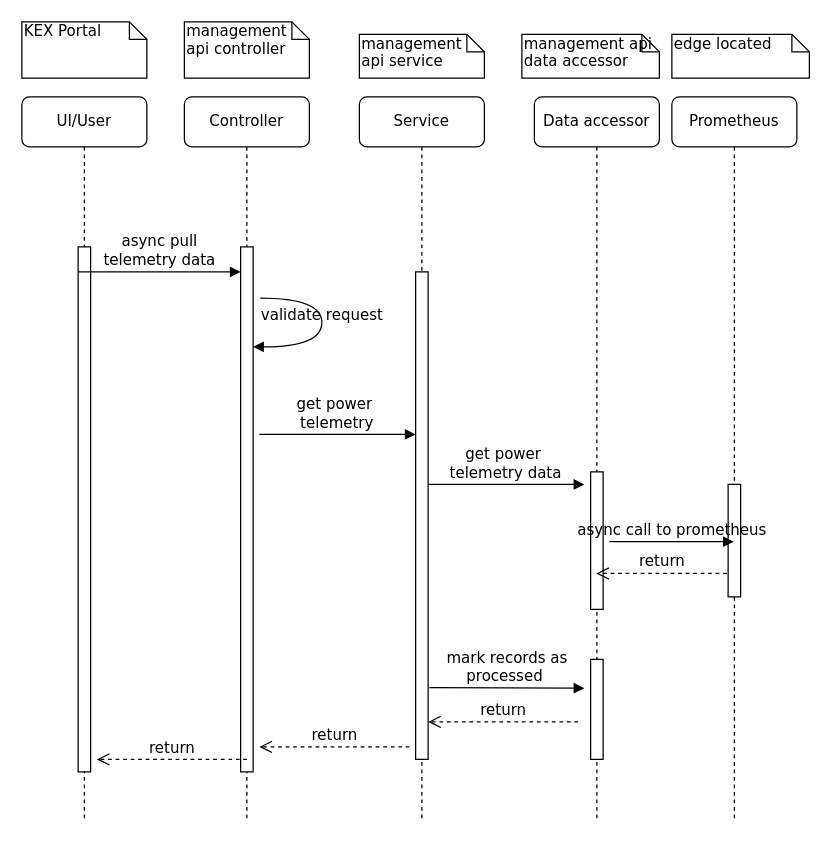
Earlier version of the draw.io diagram page "Page-2" (2 of 3) of power-rep.drawio (dsm100/test). Source tidied: cells renumbered, new cells numbered last; positions are measured from the earlier drawing's top-left corner, leaving out a move shared by most shapes. Both pictures are drawn from the tidied source at 125%, with x=0, y=0 at pixel (21, 21).
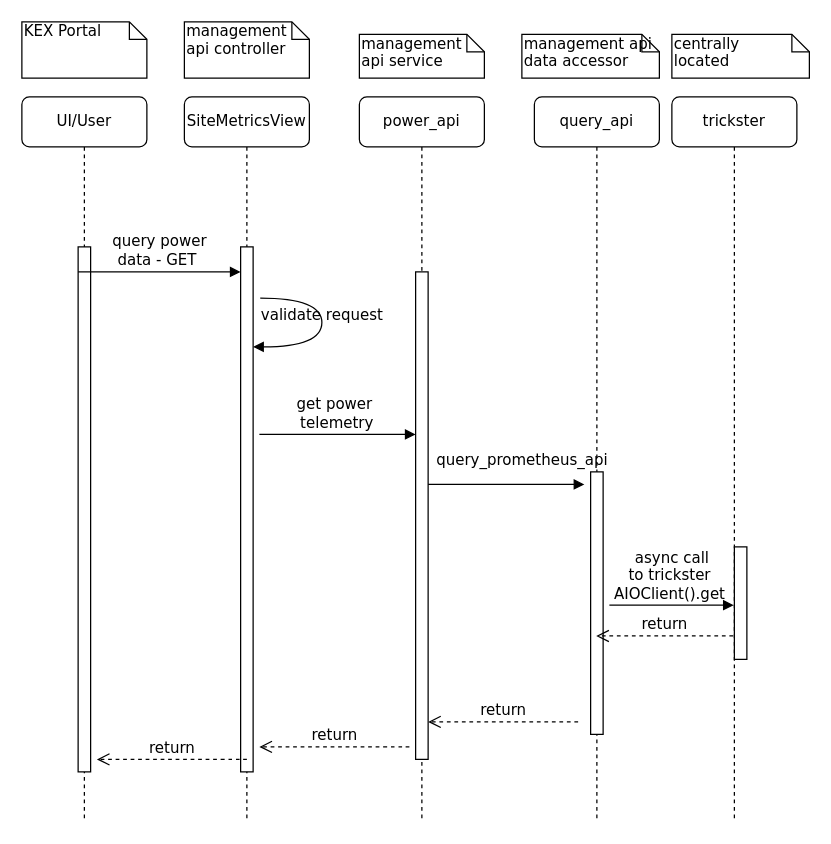
Above is the later version.

The change refers to these unchanged cells:
```xml
<mxCell id="12" style="html=1;points=[];perimeter=orthogonalPerimeter;rounded=0;shadow=0;comic=0;labelBackgroundColor=none;strokeWidth=1;fontFamily=Verdana;fontSize=12;align=center;" parent="1" vertex="1">
  <mxGeometry x="315" y="200" width="10" height="390" as="geometry" />
</mxCell>
<mxCell id="20" value="UI/User" style="shape=umlLifeline;perimeter=lifelinePerimeter;whiteSpace=wrap;html=1;rounded=1;shadow=0;comic=0;labelBackgroundColor=none;strokeWidth=1;fontFamily=Verdana;fontSize=12;align=center;" parent="1" vertex="1">
  <mxGeometry y="60" width="100" height="580" as="geometry" />
</mxCell>
```

Diff of the diagram source:
```diff
@@
-    <mxCell id="2" value="Controller" style="shape=umlLifeline;perimeter=lifelinePerimeter;whiteSpace=wrap;html=1;rounded=1;shadow=0;comic=0;labelBackgroundColor=none;strokeWidth=1;fontFamily=Verdana;fontSize=12;align=center;" parent="1" vertex="1">
+    <mxCell id="2" value="SiteMetricsView" style="shape=umlLifeline;perimeter=lifelinePerimeter;whiteSpace=wrap;html=1;rounded=1;shadow=0;comic=0;labelBackgroundColor=none;strokeWidth=1;fontFamily=Verdana;fontSize=12;align=center;" parent="1" vertex="1">
       <mxGeometry x="130" y="60" width="100" height="580" as="geometry" />
     </mxCell>
@@
-    <mxCell id="5" value="Service" style="shape=umlLifeline;perimeter=lifelinePerimeter;whiteSpace=wrap;html=1;rounded=1;shadow=0;comic=0;labelBackgroundColor=none;strokeWidth=1;fontFamily=Verdana;fontSize=12;align=center;" parent="1" vertex="1">
+    <mxCell id="5" value="power_api" style="shape=umlLifeline;perimeter=lifelinePerimeter;whiteSpace=wrap;html=1;rounded=1;shadow=0;comic=0;labelBackgroundColor=none;strokeWidth=1;fontFamily=Verdana;fontSize=12;align=center;" parent="1" vertex="1">
       <mxGeometry x="270" y="60" width="100" height="580" as="geometry" />
     </mxCell>
@@
-    <mxCell id="7" value="Prometheus" style="shape=umlLifeline;perimeter=lifelinePerimeter;whiteSpace=wrap;html=1;outlineConnect=0;rounded=1;shadow=0;comic=0;labelBackgroundColor=none;strokeWidth=1;fontFamily=Verdana;fontSize=12;align=center;" parent="1" vertex="1">
+    <mxCell id="7" value="trickster" style="shape=umlLifeline;perimeter=lifelinePerimeter;whiteSpace=wrap;html=1;outlineConnect=0;rounded=1;shadow=0;comic=0;labelBackgroundColor=none;strokeWidth=1;fontFamily=Verdana;fontSize=12;align=center;" parent="1" vertex="1">
       <mxGeometry x="520" y="60" width="100" height="580" as="geometry" />
     </mxCell>
     <mxCell id="8" style="html=1;points=[];perimeter=orthogonalPerimeter;rounded=0;shadow=0;comic=0;labelBackgroundColor=none;strokeWidth=1;fontFamily=Verdana;fontSize=12;align=center;" parent="7" vertex="1">
-      <mxGeometry x="45" y="310" width="10" height="90" as="geometry" />
+      <mxGeometry x="50" y="360" width="10" height="90" as="geometry" />
     </mxCell>
-    <mxCell id="9" value="Data accessor" style="shape=umlLifeline;perimeter=lifelinePerimeter;whiteSpace=wrap;html=1;outlineConnect=0;rounded=1;shadow=0;comic=0;labelBackgroundColor=none;strokeWidth=1;fontFamily=Verdana;fontSize=12;align=center;" parent="1" vertex="1">
+    <mxCell id="9" value="query_api" style="shape=umlLifeline;perimeter=lifelinePerimeter;whiteSpace=wrap;html=1;outlineConnect=0;rounded=1;shadow=0;comic=0;labelBackgroundColor=none;strokeWidth=1;fontFamily=Verdana;fontSize=12;align=center;" parent="1" vertex="1">
       <mxGeometry x="410" y="60" width="100" height="580" as="geometry" />
     </mxCell>
     <mxCell id="10" style="html=1;points=[];perimeter=orthogonalPerimeter;rounded=0;shadow=0;comic=0;labelBackgroundColor=none;strokeWidth=1;fontFamily=Verdana;fontSize=12;align=center;" parent="9" vertex="1">
-      <mxGeometry x="45" y="300" width="10" height="110" as="geometry" />
+      <mxGeometry x="45" y="300" width="10" height="210" as="geometry" />
     </mxCell>
-    <mxCell id="11" style="html=1;perimeter=orthogonalPerimeter;rounded=0;shadow=0;comic=0;labelBackgroundColor=none;strokeWidth=1;fontFamily=Verdana;fontSize=12;align=center;" parent="9" vertex="1">
-      <mxGeometry x="45" y="450" width="10" height="80" as="geometry" />
-    </mxCell>
@@
-    <mxCell id="13" value="mark records as &lt;br&gt;processed&amp;nbsp;" style="html=1;verticalAlign=bottom;endArrow=block;labelBackgroundColor=none;fontFamily=Verdana;fontSize=12;exitX=1.1;exitY=0.853;exitDx=0;exitDy=0;exitPerimeter=0;" parent="1" edge="1" source="12">
-      <mxGeometry relative="1" as="geometry">
-        <mxPoint x="450" y="533" as="targetPoint" />
-      </mxGeometry>
-    </mxCell>
@@
-    <mxCell id="17" value="edge located" style="shape=note;whiteSpace=wrap;html=1;size=14;verticalAlign=top;align=left;spacingTop=-6;rounded=0;shadow=0;comic=0;labelBackgroundColor=none;strokeWidth=1;fontFamily=Verdana;fontSize=12;" parent="1" vertex="1">
+    <mxCell id="17" value="centrally &lt;br&gt;located" style="shape=note;whiteSpace=wrap;html=1;size=14;verticalAlign=top;align=left;spacingTop=-6;rounded=0;shadow=0;comic=0;labelBackgroundColor=none;strokeWidth=1;fontFamily=Verdana;fontSize=12;" parent="1" vertex="1">
       <mxGeometry x="520" y="10" width="110" height="35" as="geometry" />
     </mxCell>
@@
-    <mxCell id="22" value="async pull &lt;br&gt;telemetry data" style="html=1;verticalAlign=bottom;endArrow=block;labelBackgroundColor=none;fontFamily=Verdana;fontSize=12;edgeStyle=elbowEdgeStyle;elbow=vertical;" parent="20" edge="1">
+    <mxCell id="22" value="query power &lt;br&gt;data - GET&amp;nbsp;" style="html=1;verticalAlign=bottom;endArrow=block;labelBackgroundColor=none;fontFamily=Verdana;fontSize=12;edgeStyle=elbowEdgeStyle;elbow=vertical;" parent="20" edge="1">
       <mxGeometry relative="1" as="geometry">
         <mxPoint x="45" y="140" as="sourcePoint" />
         <mxPoint x="175" y="140" as="targetPoint" />
         <Array as="points">
           <mxPoint x="50" y="140" />
         </Array>
       </mxGeometry>
     </mxCell>
@@
-    <mxCell id="25" value="get power&lt;br&gt;&amp;nbsp;telemetry data" style="html=1;verticalAlign=bottom;endArrow=block;labelBackgroundColor=none;fontFamily=Verdana;fontSize=12;" parent="1" edge="1">
-      <mxGeometry x="-0.04" relative="1" as="geometry">
+    <mxCell id="25" value="query_prometheus_api" style="html=1;verticalAlign=bottom;endArrow=block;labelBackgroundColor=none;fontFamily=Verdana;fontSize=12;" parent="1" edge="1">
+      <mxGeometry x="0.2" y="10" relative="1" as="geometry">
         <mxPoint x="325" y="370" as="sourcePoint" />
         <mxPoint x="450" y="370" as="targetPoint" />
       </mxGeometry>
     </mxCell>
-    <mxCell id="26" value="async call to prometheus" style="html=1;verticalAlign=bottom;endArrow=block;labelBackgroundColor=none;fontFamily=Verdana;fontSize=12;exitX=1.5;exitY=0.508;exitDx=0;exitDy=0;exitPerimeter=0;" parent="1" edge="1" source="10" target="7">
+    <mxCell id="26" value="async call &lt;br&gt;to trickster&amp;nbsp;&lt;br&gt;AIOClient().get&amp;nbsp;" style="html=1;verticalAlign=bottom;endArrow=block;labelBackgroundColor=none;fontFamily=Verdana;fontSize=12;exitX=1.5;exitY=0.508;exitDx=0;exitDy=0;exitPerimeter=0;" parent="1" edge="1" source="10" target="7">
       <mxGeometry relative="1" as="geometry" />
     </mxCell>
```
